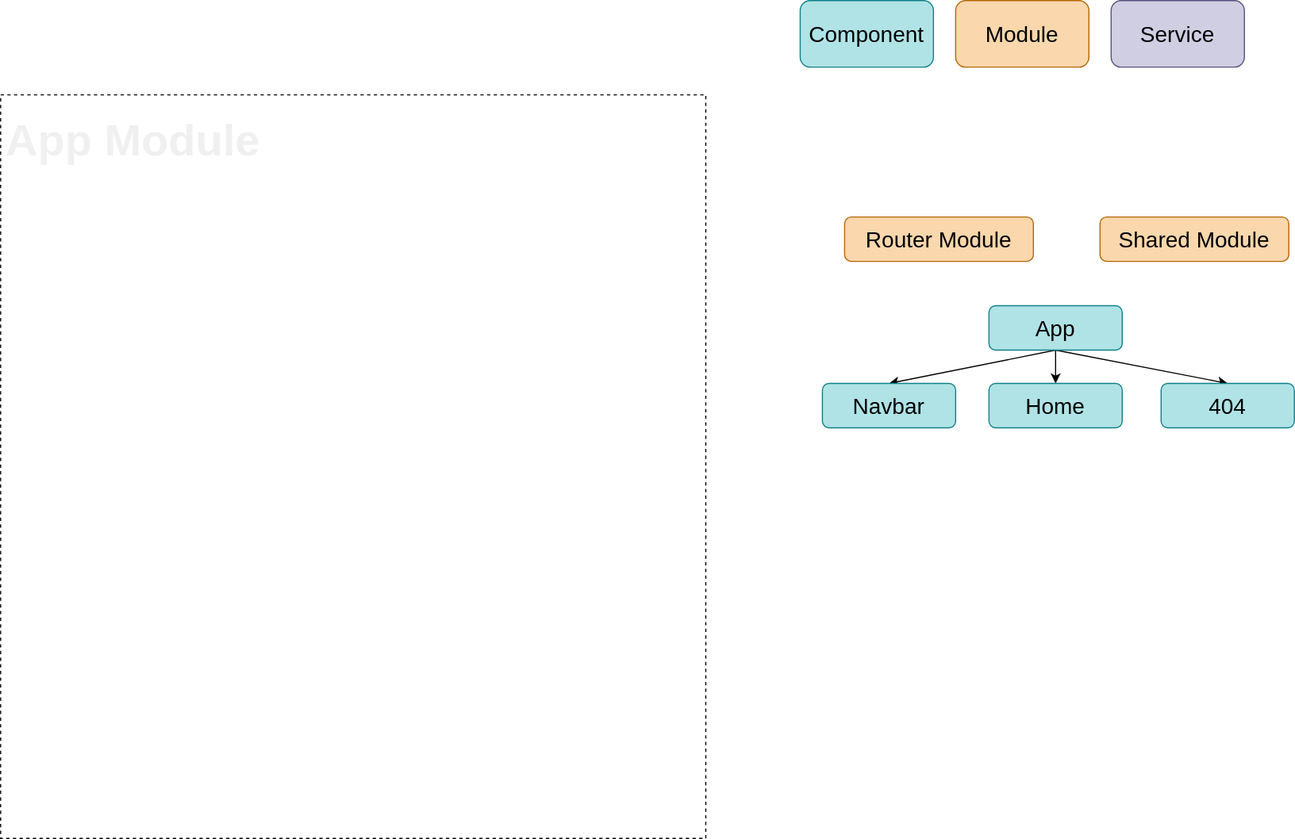
This is demo-structure.drawio.svg from Jsyfer/angular-demo, a draw.io export, as it was before one commit. Source tidied: cells renumbered, new cells last; positions are measured from the earlier drawing's top-left corner, leaving out a move shared by most shapes.
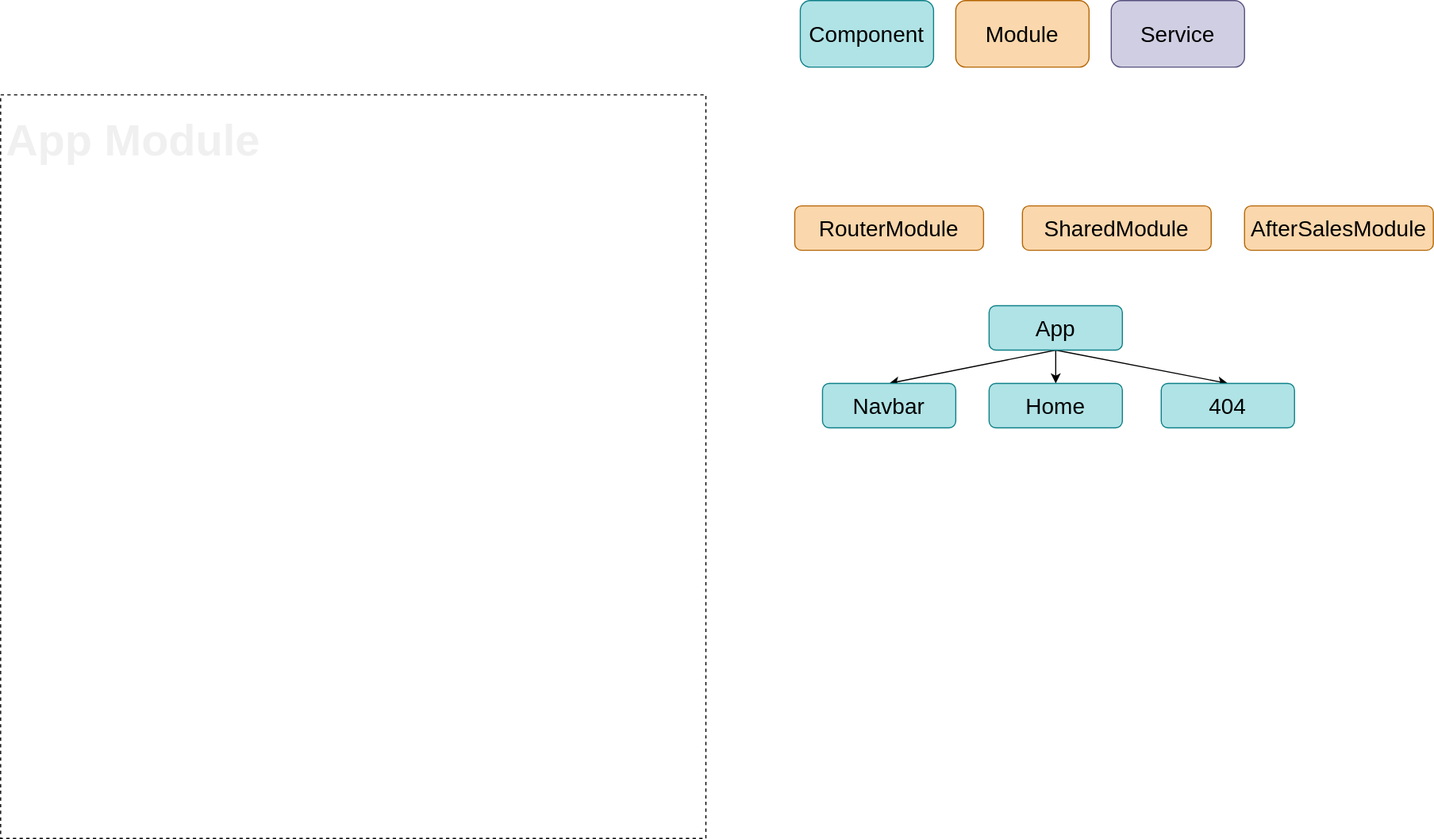
After the change.

The edit, as a diff of the source:
```diff
@@ -29,8 +29,8 @@
     <mxCell id="10" value="&lt;font color=&quot;#000000&quot;&gt;&lt;span style=&quot;font-size: 20px&quot;&gt;Service&lt;/span&gt;&lt;/font&gt;" style="rounded=1;whiteSpace=wrap;html=1;fillColor=#d0cee2;strokeColor=#56517e;" parent="1" vertex="1">
       <mxGeometry x="1000" width="120" height="60" as="geometry" />
     </mxCell>
-    <mxCell id="11" value="&lt;font color=&quot;#000000&quot;&gt;&lt;span style=&quot;font-size: 20px&quot;&gt;Router Module&lt;/span&gt;&lt;/font&gt;" style="rounded=1;whiteSpace=wrap;html=1;fillColor=#fad7ac;strokeColor=#b46504;" parent="1" vertex="1">
-      <mxGeometry x="760" y="195" width="170" height="40" as="geometry" />
+    <mxCell id="11" value="&lt;font color=&quot;#000000&quot;&gt;&lt;span style=&quot;font-size: 20px&quot;&gt;RouterModule&lt;/span&gt;&lt;/font&gt;" style="rounded=1;whiteSpace=wrap;html=1;fillColor=#fad7ac;strokeColor=#b46504;" parent="1" vertex="1">
+      <mxGeometry x="715" y="185" width="170" height="40" as="geometry" />
     </mxCell>
     <mxCell id="12" value="&lt;font color=&quot;#000000&quot;&gt;Home&lt;/font&gt;" style="rounded=1;whiteSpace=wrap;html=1;fontSize=20;fillColor=#b0e3e6;strokeColor=#0e8088;" parent="1" vertex="1">
       <mxGeometry x="890" y="345" width="120" height="40" as="geometry" />
@@ -38,8 +38,11 @@
     <mxCell id="13" value="&lt;font color=&quot;#000000&quot;&gt;404&lt;/font&gt;" style="rounded=1;whiteSpace=wrap;html=1;fontSize=20;fillColor=#b0e3e6;strokeColor=#0e8088;" parent="1" vertex="1">
       <mxGeometry x="1045" y="345" width="120" height="40" as="geometry" />
     </mxCell>
-    <mxCell id="14" value="&lt;font color=&quot;#000000&quot;&gt;&lt;span style=&quot;font-size: 20px&quot;&gt;Shared Module&lt;/span&gt;&lt;/font&gt;" style="rounded=1;whiteSpace=wrap;html=1;fillColor=#fad7ac;strokeColor=#b46504;" parent="1" vertex="1">
-      <mxGeometry x="990" y="195" width="170" height="40" as="geometry" />
+    <mxCell id="14" value="&lt;font color=&quot;#000000&quot;&gt;&lt;span style=&quot;font-size: 20px&quot;&gt;SharedModule&lt;/span&gt;&lt;/font&gt;" style="rounded=1;whiteSpace=wrap;html=1;fillColor=#fad7ac;strokeColor=#b46504;" parent="1" vertex="1">
+      <mxGeometry x="920" y="185" width="170" height="40" as="geometry" />
     </mxCell>
+    <mxCell id="15" value="&lt;font color=&quot;#000000&quot;&gt;&lt;span style=&quot;font-size: 20px&quot;&gt;AfterSalesModule&lt;/span&gt;&lt;/font&gt;" style="rounded=1;whiteSpace=wrap;html=1;fillColor=#fad7ac;strokeColor=#b46504;" parent="1" vertex="1">
+      <mxGeometry x="1120" y="185" width="170" height="40" as="geometry" />
+    </mxCell>
   </root>
 </mxGraphModel>
```
